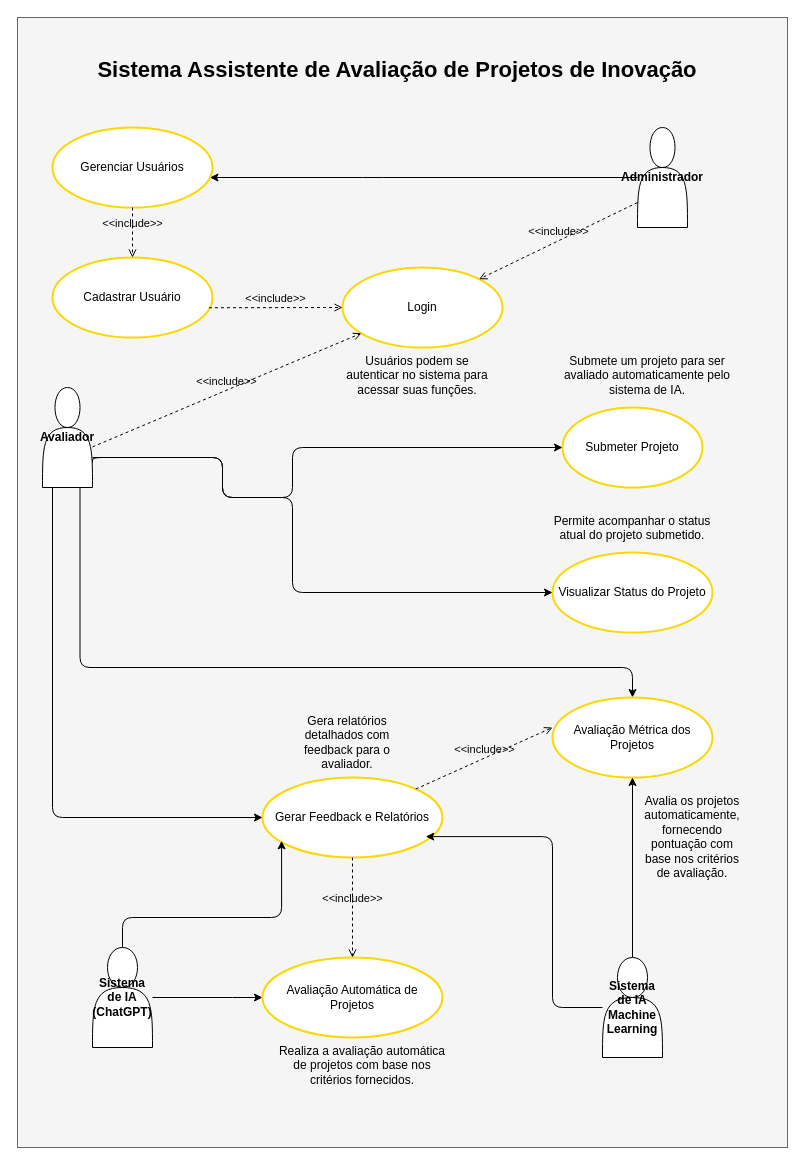
The draw.io diagram doc/diagrama_casos_de_uso_ChatSoftex.drawio.xml in chat-softex/.github, before the edit. Source tidied: cells renumbered, new cells numbered last; positions are measured from the earlier drawing's top-left corner, leaving out a move shared by most shapes. Both pictures are drawn from the tidied source at 100%, with x=0, y=0 at pixel (17, 17).
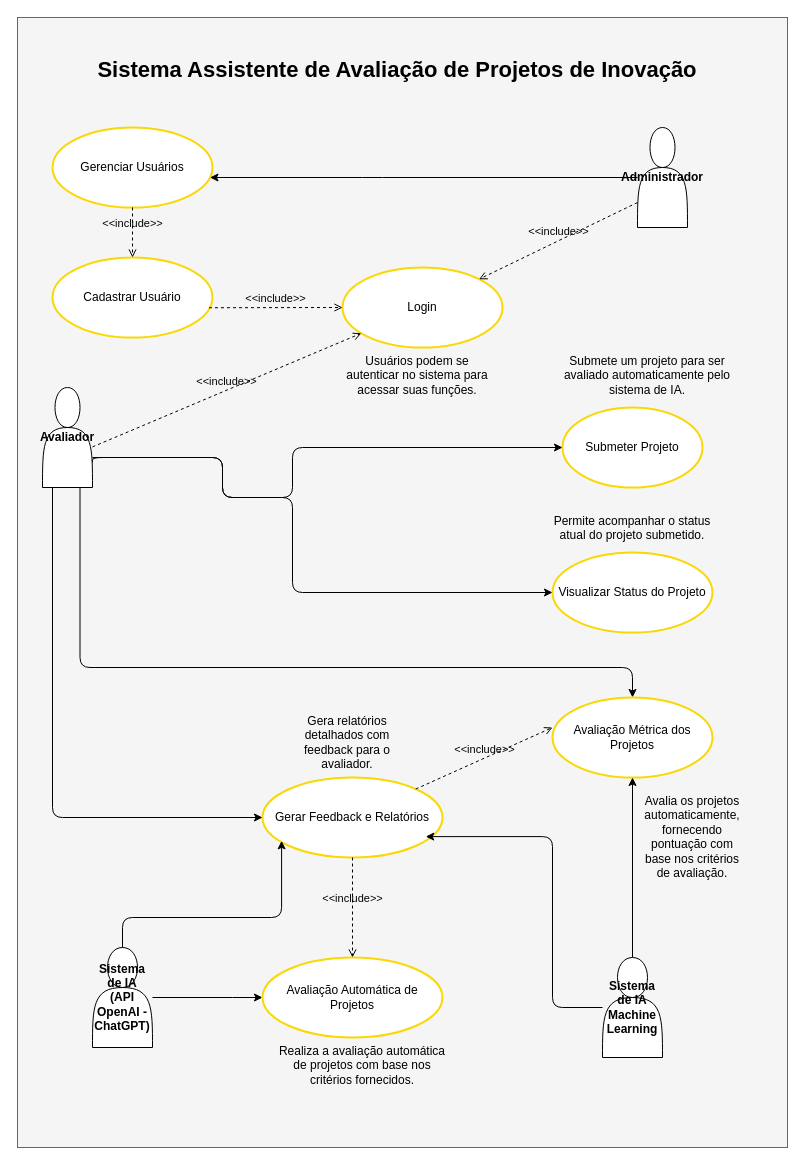
After the change.

Change to the diagram source:
```diff
@@
-    <mxCell id="7" value="&lt;b&gt;Sistema de IA (ChatGPT)&lt;/b&gt;" style="shape=actor;whiteSpace=wrap;html=1;" parent="1" vertex="1">
+    <mxCell id="7" value="&lt;b&gt;Sistema de IA&lt;/b&gt;&lt;div&gt;&lt;b style=&quot;background-color: initial;&quot;&gt;(API OpenAI - ChatGPT)&lt;/b&gt;&lt;/div&gt;" style="shape=actor;whiteSpace=wrap;html=1;" parent="1" vertex="1">
       <mxGeometry x="75" y="930" width="60" height="100" as="geometry" />
     </mxCell>
```
